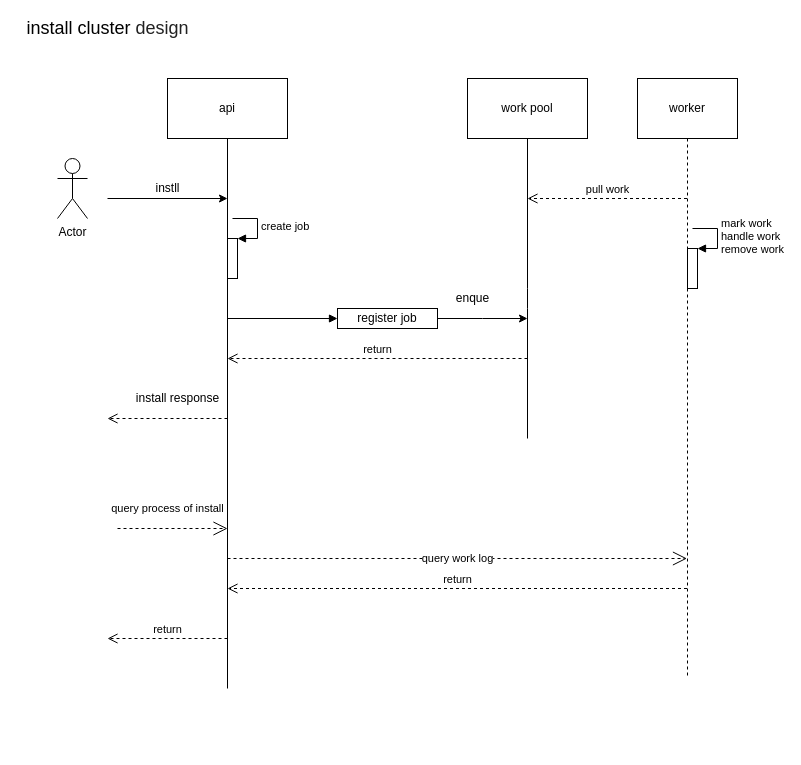
Above: design/install_cluster/cloud.drawio in XishengCai/cloud (draw.io), before the change. Source tidied: cells renumbered, new cells numbered last; positions are measured from the earlier drawing's top-left corner, leaving out a move shared by most shapes. Both pictures are drawn from the tidied source at 100%, with x=0, y=0 at pixel (17, 18).
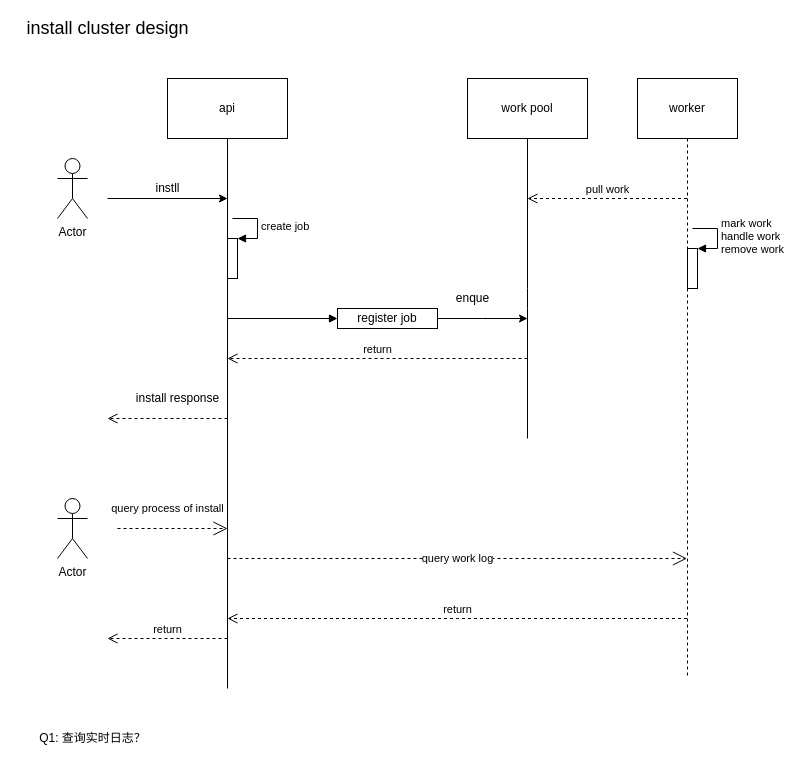
The same page after the edit.

Unchanged cells that the change refers to:
```xml
<mxCell id="15" value="worker" style="shape=umlLifeline;perimeter=lifelinePerimeter;whiteSpace=wrap;html=1;outlineConnect=0;size=60;" parent="1" vertex="1">
  <mxGeometry x="620" y="60" width="100" height="600" as="geometry" />
</mxCell>
```

Change to the diagram source:
```diff
@@
-    <mxCell id="2" value="&lt;font style=&quot;font-size: 18px&quot;&gt;&lt;font style=&quot;font-size: 18px&quot;&gt;install cluster&amp;nbsp;&lt;/font&gt;&lt;span style=&quot;color: rgb(34 , 34 , 34) ; font-family: &amp;#34;arial&amp;#34; , sans-serif ; background-color: rgb(255 , 255 , 255)&quot;&gt;design&lt;/span&gt;&lt;/font&gt;" style="text;html=1;align=center;verticalAlign=middle;" parent="1" vertex="1">
+    <mxCell id="2" value="&lt;font style=&quot;font-size: 18px&quot;&gt;&lt;font style=&quot;font-size: 18px&quot;&gt;install cluster design&lt;/font&gt;&lt;/font&gt;" style="text;html=1;align=center;verticalAlign=middle;" parent="1" vertex="1">
       <mxGeometry width="180" height="20" as="geometry" />
     </mxCell>
@@
     <mxCell id="26" value="return" style="html=1;verticalAlign=bottom;endArrow=open;dashed=1;endSize=8;" parent="1" edge="1" source="15">
       <mxGeometry relative="1" as="geometry">
-        <mxPoint x="210" y="570" as="targetPoint" />
+        <mxPoint x="210" y="600" as="targetPoint" />
+        <Array as="points">
+          <mxPoint x="430" y="600" />
+        </Array>
       </mxGeometry>
     </mxCell>
+    <mxCell id="27" value="Q1: 查询实时日志？" style="text;html=1;align=center;verticalAlign=middle;strokeColor=none;" parent="1" vertex="1">
+      <mxGeometry x="15" y="710" width="120" height="20" as="geometry" />
+    </mxCell>
+    <mxCell id="28" value="Actor" style="shape=umlActor;verticalLabelPosition=bottom;verticalAlign=top;html=1;" parent="1" vertex="1">
+      <mxGeometry x="40" y="480" width="30" height="60" as="geometry" />
+    </mxCell>
```
